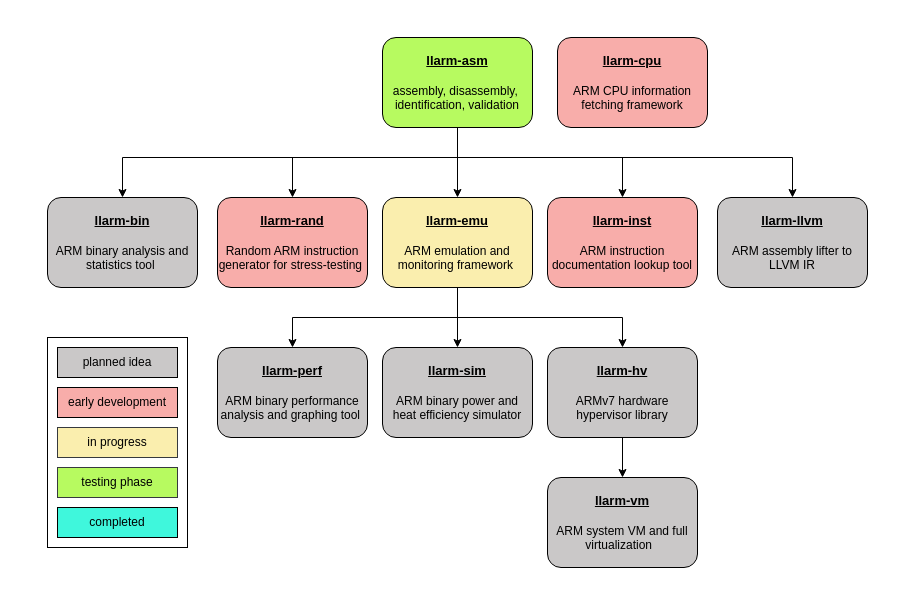
Before: assets/roadmap/llarm_roadmap.drawio in kernelwernel/llarm, a draw.io diagram. Source tidied: cells renumbered, new cells numbered last; positions are measured from the earlier drawing's top-left corner, leaving out a move shared by most shapes. Both pictures are drawn from the tidied source at 100%, with x=0, y=0 at pixel (17, 17).
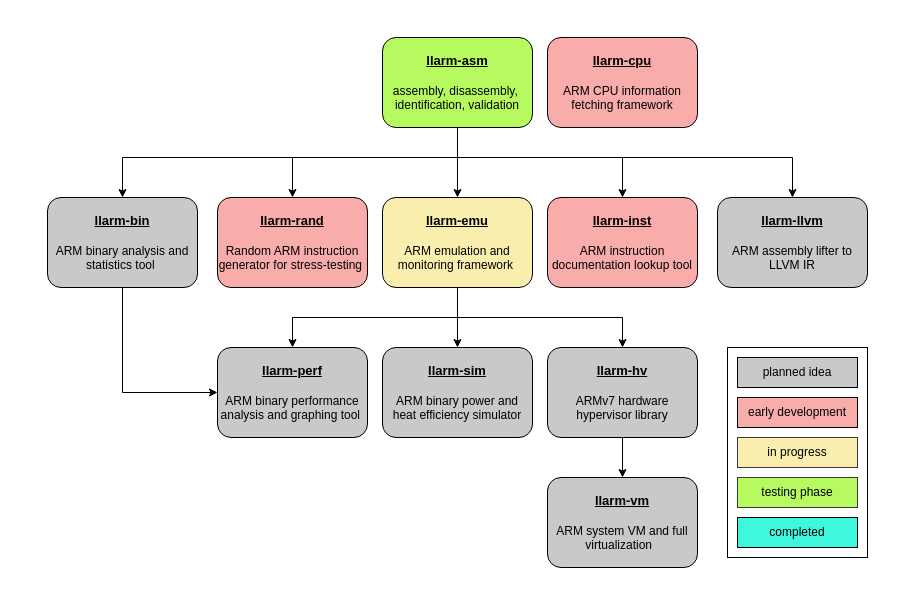
Above is the later version.

Unchanged cells that the change refers to:
```xml
<mxCell id="20" value="&lt;div&gt;&lt;font style=&quot;font-size: 13px;&quot;&gt;&lt;b&gt;&lt;u&gt;llarm-bin&lt;br&gt;&lt;br&gt;&lt;/u&gt;&lt;/b&gt;&lt;/font&gt;&lt;/div&gt;ARM binary analysis and statistics tool&amp;nbsp;" style="rounded=1;whiteSpace=wrap;html=1;fillColor=#CAC8C8;strokeColor=#000000;" parent="1" vertex="1">
  <mxGeometry x="30" y="180" width="150" height="90" as="geometry" />
</mxCell>
<mxCell id="21" value="&lt;div&gt;&lt;font style=&quot;font-size: 13px;&quot;&gt;&lt;b&gt;&lt;u&gt;llarm-perf&lt;br&gt;&lt;br&gt;&lt;/u&gt;&lt;/b&gt;&lt;/font&gt;&lt;/div&gt;ARM binary performance analysis and graphing tool&amp;nbsp;" style="rounded=1;whiteSpace=wrap;html=1;fillColor=#CAC8C8;strokeColor=#000000;" parent="1" vertex="1">
  <mxGeometry x="200" y="330" width="150" height="90" as="geometry" />
</mxCell>
```

What changed in the source:
```diff
@@
     <mxCell id="3" style="rounded=0;whiteSpace=wrap;html=1;" parent="1" vertex="1">
-      <mxGeometry x="30" y="320" width="140" height="210" as="geometry" />
+      <mxGeometry x="710" y="330" width="140" height="210" as="geometry" />
     </mxCell>
     <mxCell id="4" value="testing phase" style="rounded=0;whiteSpace=wrap;html=1;fillColor=#B7FA60;strokeColor=#36393d;" parent="1" vertex="1">
-      <mxGeometry x="40" y="450" width="120" height="30" as="geometry" />
+      <mxGeometry x="720" y="460" width="120" height="30" as="geometry" />
     </mxCell>
     <mxCell id="5" value="completed" style="rounded=0;whiteSpace=wrap;html=1;fillColor=#3FF7DC;strokeColor=#000000;" parent="1" vertex="1">
-      <mxGeometry x="40" y="490" width="120" height="30" as="geometry" />
+      <mxGeometry x="720" y="500" width="120" height="30" as="geometry" />
     </mxCell>
     <mxCell id="6" value="in progress" style="rounded=0;whiteSpace=wrap;html=1;fillColor=#FAEEAE;strokeColor=#36393d;" parent="1" vertex="1">
-      <mxGeometry x="40" y="410" width="120" height="30" as="geometry" />
+      <mxGeometry x="720" y="420" width="120" height="30" as="geometry" />
     </mxCell>
     <mxCell id="7" value="planned idea" style="rounded=0;whiteSpace=wrap;html=1;fillColor=light-dark(#CAC8C8,transparent);fontColor=light-dark(#000000, #c1c1c1);strokeColor=#000000;gradientColor=none;" parent="1" vertex="1">
-      <mxGeometry x="40" y="330" width="120" height="30" as="geometry" />
+      <mxGeometry x="720" y="340" width="120" height="30" as="geometry" />
     </mxCell>
@@
     <mxCell id="9" value="early development" style="rounded=0;whiteSpace=wrap;html=1;fillColor=#F8ADAA;strokeColor=#000000;gradientColor=none;" parent="1" vertex="1">
-      <mxGeometry x="40" y="370" width="120" height="30" as="geometry" />
+      <mxGeometry x="720" y="380" width="120" height="30" as="geometry" />
     </mxCell>
@@
+    <mxCell id="29" style="edgeStyle=orthogonalEdgeStyle;rounded=0;jettySize=auto;html=1;exitX=0.5;exitY=1;exitDx=0;exitDy=0;entryX=0;entryY=0.5;entryDx=0;entryDy=0;" parent="1" edge="1" source="20" target="21">
+      <mxGeometry relative="1" as="geometry" />
+    </mxCell>
@@
     <mxCell id="28" value="&lt;div&gt;&lt;font style=&quot;font-size: 13px;&quot;&gt;&lt;b&gt;&lt;u&gt;llarm-cpu&lt;/u&gt;&lt;/b&gt;&lt;/font&gt;&lt;/div&gt;&lt;div&gt;&lt;font style=&quot;font-size: 13px;&quot;&gt;&lt;b&gt;&lt;u&gt;&lt;br&gt;&lt;/u&gt;&lt;/b&gt;&lt;/font&gt;&lt;/div&gt;ARM CPU information fetching framework" style="rounded=1;whiteSpace=wrap;html=1;fillColor=#F8ADAA;strokeColor=#000000;" parent="1" vertex="1">
-      <mxGeometry x="540" y="20" width="150" height="90" as="geometry" />
+      <mxGeometry x="530" y="20" width="150" height="90" as="geometry" />
     </mxCell>
```
